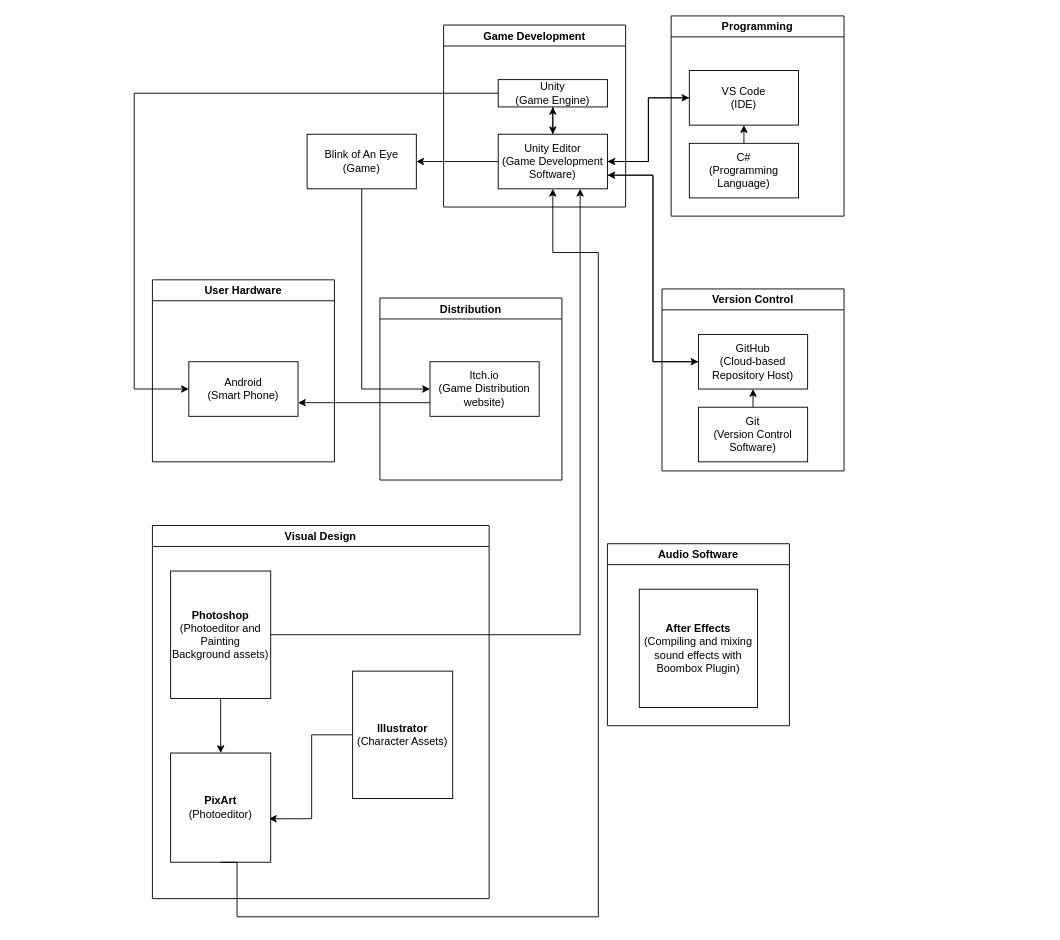
The draw.io diagram page "Sprint 1 Architecture Diagram" (1 of 5) of WakeUpRPG.drawio in cs-utulsa/Wake-Up-RPG, before the edit. Source tidied: cells renumbered, new cells numbered last; positions are measured from the earlier drawing's top-left corner, leaving out a move shared by most shapes. Both pictures are drawn from the tidied source at 91%, with x=0, y=0 at pixel (134, 15).
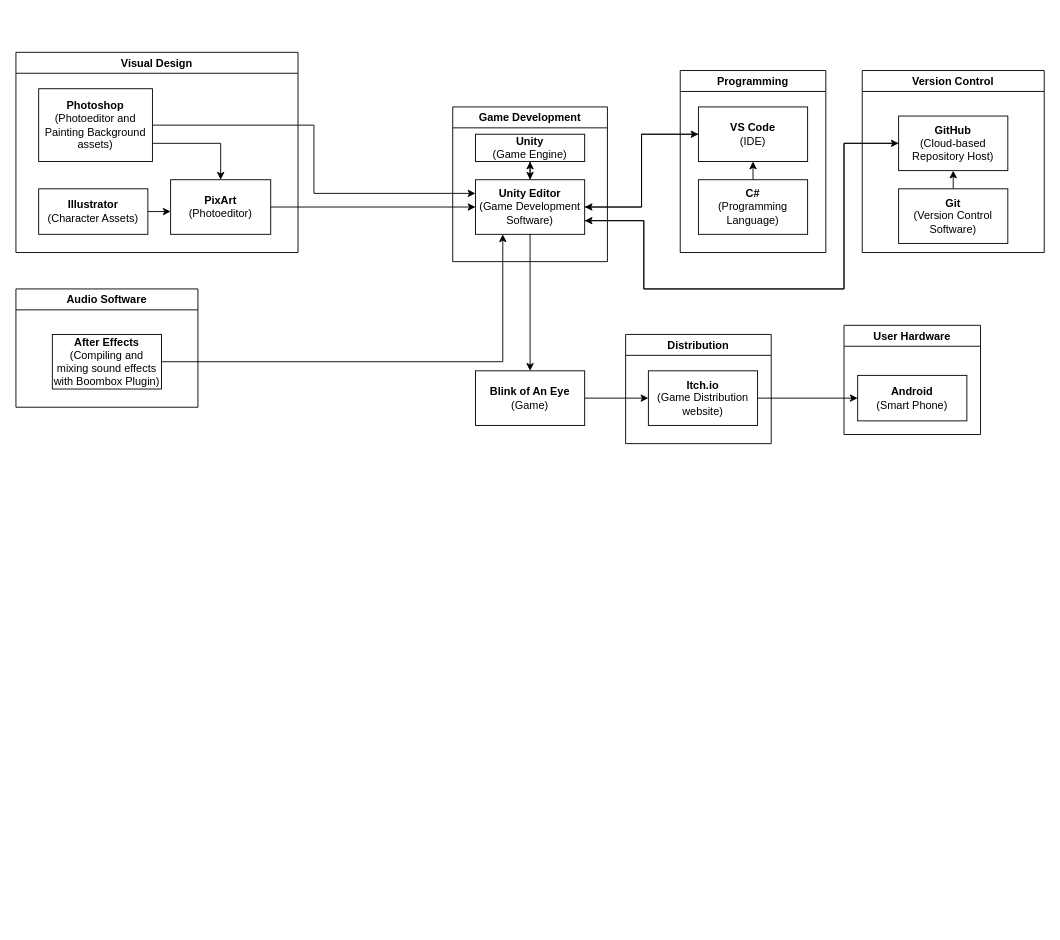
The same page after the edit.

The edit, as a diff of the source:
```diff
@@
     <mxCell id="2" value="Programming" style="swimlane;" parent="1" vertex="1">
-      <mxGeometry x="590" width="190" height="220" as="geometry" />
+      <mxGeometry x="600" y="60" width="160" height="200" as="geometry" />
     </mxCell>
-    <mxCell id="3" value="VS Code&lt;br&gt;(IDE)" style="rounded=0;whiteSpace=wrap;html=1;" parent="2" vertex="1">
-      <mxGeometry x="20" y="60" width="120" height="60" as="geometry" />
+    <mxCell id="3" value="&lt;b&gt;VS Code&lt;br&gt;&lt;/b&gt;(IDE)" style="rounded=0;whiteSpace=wrap;html=1;" parent="2" vertex="1">
+      <mxGeometry x="20" y="40" width="120" height="60" as="geometry" />
     </mxCell>
@@
-    <mxCell id="5" value="C#&lt;br&gt;(Programming Language)" style="rounded=0;whiteSpace=wrap;html=1;" parent="2" vertex="1">
-      <mxGeometry x="20" y="140" width="120" height="60" as="geometry" />
+    <mxCell id="5" value="&lt;b&gt;C#&lt;br&gt;&lt;/b&gt;(Programming Language)" style="rounded=0;whiteSpace=wrap;html=1;" parent="2" vertex="1">
+      <mxGeometry x="20" y="120" width="120" height="60" as="geometry" />
     </mxCell>
     <mxCell id="6" value="Game Development" style="swimlane;" parent="1" vertex="1">
-      <mxGeometry x="340" y="10" width="200" height="200" as="geometry" />
+      <mxGeometry x="350" y="100" width="170" height="170" as="geometry" />
     </mxCell>
     <mxCell id="7" style="edgeStyle=orthogonalEdgeStyle;rounded=0;jettySize=auto;html=1;exitX=0.5;exitY=1;exitDx=0;exitDy=0;entryX=0.5;entryY=0;entryDx=0;entryDy=0;" parent="6" edge="1" source="8" target="10">
       <mxGeometry relative="1" as="geometry">
         <Array as="points">
-          <mxPoint x="120" y="80" />
-          <mxPoint x="120" y="80" />
+          <mxPoint x="85" y="60" />
+          <mxPoint x="85" y="90" />
         </Array>
       </mxGeometry>
     </mxCell>
-    <mxCell id="8" value="Unity&lt;br&gt;(Game Engine)" style="rounded=0;whiteSpace=wrap;html=1;" parent="6" vertex="1">
-      <mxGeometry x="60" y="60" width="120" height="30" as="geometry" />
+    <mxCell id="8" value="&lt;b&gt;Unity&lt;/b&gt;&lt;br&gt;(Game Engine)" style="rounded=0;whiteSpace=wrap;html=1;" parent="6" vertex="1">
+      <mxGeometry x="25" y="30" width="120" height="30" as="geometry" />
     </mxCell>
@@
-    <mxCell id="10" value="Unity Editor&lt;br&gt;(Game Development Software)" style="rounded=0;whiteSpace=wrap;html=1;" parent="6" vertex="1">
-      <mxGeometry x="60" y="120" width="120" height="60" as="geometry" />
+    <mxCell id="10" value="&lt;b&gt;Unity Editor&lt;br&gt;&lt;/b&gt;(Game Development Software)" style="rounded=0;whiteSpace=wrap;html=1;" parent="6" vertex="1">
+      <mxGeometry x="25" y="80" width="120" height="60" as="geometry" />
     </mxCell>
@@
     <mxCell id="13" value="Version Control" style="swimlane;" parent="1" vertex="1">
-      <mxGeometry x="580" y="300" width="200" height="200" as="geometry" />
+      <mxGeometry x="800" y="60" width="200" height="200" as="geometry" />
     </mxCell>
-    <mxCell id="14" value="GitHub&lt;br&gt;(Cloud-based Repository Host)" style="rounded=0;whiteSpace=wrap;html=1;" parent="13" vertex="1">
+    <mxCell id="14" value="&lt;b&gt;GitHub&lt;br&gt;&lt;/b&gt;(Cloud-based Repository Host)" style="rounded=0;whiteSpace=wrap;html=1;" parent="13" vertex="1">
       <mxGeometry x="40" y="50" width="120" height="60" as="geometry" />
     </mxCell>
@@
-    <mxCell id="16" value="Git&lt;br&gt;(Version Control Software)" style="rounded=0;whiteSpace=wrap;html=1;" parent="13" vertex="1">
+    <mxCell id="16" value="&lt;b&gt;Git&lt;/b&gt;&lt;br&gt;(Version Control Software)" style="rounded=0;whiteSpace=wrap;html=1;" parent="13" vertex="1">
       <mxGeometry x="40" y="130" width="120" height="60" as="geometry" />
     </mxCell>
     <mxCell id="17" style="edgeStyle=orthogonalEdgeStyle;rounded=0;jettySize=auto;html=1;exitX=0;exitY=0.5;exitDx=0;exitDy=0;entryX=1;entryY=0.75;entryDx=0;entryDy=0;" parent="1" edge="1" source="14" target="10">
-      <mxGeometry relative="1" as="geometry" />
+      <mxGeometry relative="1" as="geometry">
+        <Array as="points">
+          <mxPoint x="780" y="140" />
+          <mxPoint x="780" y="300" />
+          <mxPoint x="560" y="300" />
+          <mxPoint x="560" y="225" />
+        </Array>
+      </mxGeometry>
     </mxCell>
     <mxCell id="18" style="edgeStyle=orthogonalEdgeStyle;rounded=0;jettySize=auto;html=1;exitX=1;exitY=0.75;exitDx=0;exitDy=0;entryX=0;entryY=0.5;entryDx=0;entryDy=0;" parent="1" edge="1" source="10" target="14">
-      <mxGeometry relative="1" as="geometry" />
+      <mxGeometry relative="1" as="geometry">
+        <Array as="points">
+          <mxPoint x="560" y="225" />
+          <mxPoint x="560" y="300" />
+          <mxPoint x="780" y="300" />
+          <mxPoint x="780" y="140" />
+        </Array>
+      </mxGeometry>
     </mxCell>
     <mxCell id="19" value="Distribution" style="swimlane;" parent="1" vertex="1">
-      <mxGeometry x="270" y="310" width="200" height="200" as="geometry" />
+      <mxGeometry x="540" y="350" width="160" height="120" as="geometry" />
     </mxCell>
-    <mxCell id="20" value="Itch.io&lt;br&gt;(Game Distribution website)" style="rounded=0;whiteSpace=wrap;html=1;" parent="19" vertex="1">
-      <mxGeometry x="55" y="70" width="120" height="60" as="geometry" />
+    <mxCell id="20" value="&lt;b&gt;Itch.io&lt;br&gt;&lt;/b&gt;(Game Distribution website)" style="rounded=0;whiteSpace=wrap;html=1;" parent="19" vertex="1">
+      <mxGeometry x="25" y="40" width="120" height="60" as="geometry" />
     </mxCell>
     <mxCell id="21" value="User Hardware" style="swimlane;" parent="1" vertex="1">
-      <mxGeometry x="20" y="290" width="200" height="200" as="geometry" />
+      <mxGeometry x="780" y="340" width="150" height="120" as="geometry" />
     </mxCell>
-    <mxCell id="22" value="Android&lt;br&gt;(Smart Phone)" style="rounded=0;whiteSpace=wrap;html=1;" parent="21" vertex="1">
-      <mxGeometry x="40" y="90" width="120" height="60" as="geometry" />
+    <mxCell id="22" value="&lt;b&gt;Android&lt;br&gt;&lt;/b&gt;(Smart Phone)" style="rounded=0;whiteSpace=wrap;html=1;" parent="21" vertex="1">
+      <mxGeometry x="15" y="55" width="120" height="50" as="geometry" />
     </mxCell>
-    <mxCell id="23" style="edgeStyle=orthogonalEdgeStyle;rounded=0;jettySize=auto;html=1;exitX=0.5;exitY=1;exitDx=0;exitDy=0;entryX=0;entryY=0.5;entryDx=0;entryDy=0;" parent="1" edge="1" source="24" target="20">
-      <mxGeometry relative="1" as="geometry">
-        <Array as="points">
-          <mxPoint x="250" y="410" />
-        </Array>
-      </mxGeometry>
+    <mxCell id="23" style="edgeStyle=orthogonalEdgeStyle;rounded=0;jettySize=auto;html=1;" parent="1" edge="1" source="24" target="20">
+      <mxGeometry relative="1" as="geometry" />
     </mxCell>
-    <mxCell id="24" value="Blink of An Eye&lt;br&gt;(Game)" style="rounded=0;whiteSpace=wrap;html=1;" parent="1" vertex="1">
-      <mxGeometry x="190" y="130" width="120" height="60" as="geometry" />
+    <mxCell id="24" value="&lt;b&gt;Blink of An Eye&lt;br&gt;&lt;/b&gt;(Game)" style="rounded=0;whiteSpace=wrap;html=1;" parent="1" vertex="1">
+      <mxGeometry x="375" y="390" width="120" height="60" as="geometry" />
     </mxCell>
-    <mxCell id="25" style="edgeStyle=orthogonalEdgeStyle;rounded=0;jettySize=auto;html=1;exitX=0;exitY=0.5;exitDx=0;exitDy=0;entryX=1;entryY=0.5;entryDx=0;entryDy=0;" parent="1" edge="1" source="10" target="24">
+    <mxCell id="25" style="edgeStyle=orthogonalEdgeStyle;rounded=0;jettySize=auto;html=1;exitX=0.5;exitY=1;exitDx=0;exitDy=0;entryX=0.5;entryY=0;entryDx=0;entryDy=0;" parent="1" edge="1" source="10" target="24">
       <mxGeometry relative="1" as="geometry" />
     </mxCell>
-    <mxCell id="26" style="edgeStyle=orthogonalEdgeStyle;rounded=0;jettySize=auto;html=1;exitX=0;exitY=0.5;exitDx=0;exitDy=0;entryX=0;entryY=0.5;entryDx=0;entryDy=0;" parent="1" edge="1" source="8" target="22">
-      <mxGeometry relative="1" as="geometry">
-        <Array as="points">
-          <mxPoint y="85" />
-          <mxPoint y="410" />
-        </Array>
-      </mxGeometry>
-    </mxCell>
-    <mxCell id="27" style="edgeStyle=orthogonalEdgeStyle;rounded=0;jettySize=auto;html=1;exitX=0;exitY=0.75;exitDx=0;exitDy=0;entryX=1;entryY=0.75;entryDx=0;entryDy=0;" parent="1" edge="1" source="20" target="22">
+    <mxCell id="27" style="edgeStyle=orthogonalEdgeStyle;rounded=0;jettySize=auto;html=1;exitX=1;exitY=0.5;exitDx=0;exitDy=0;entryX=0;entryY=0.5;entryDx=0;entryDy=0;" parent="1" edge="1" source="20" target="22">
       <mxGeometry relative="1" as="geometry" />
     </mxCell>
     <mxCell id="28" value="Visual Design" style="swimlane;" parent="1" vertex="1">
-      <mxGeometry x="20" y="560" width="370" height="410" as="geometry" />
+      <mxGeometry x="-130" y="40" width="310" height="220" as="geometry" />
     </mxCell>
     <mxCell id="29" value="&lt;b&gt;Photoshop&lt;/b&gt;&lt;br&gt;(Photoeditor and Painting Background assets)" style="rounded=0;whiteSpace=wrap;html=1;" parent="28" vertex="1">
-      <mxGeometry x="20" y="50" width="110" height="140" as="geometry" />
+      <mxGeometry x="25" y="40" width="125" height="80" as="geometry" />
     </mxCell>
+    <mxCell id="34" value="&lt;b&gt;Illustrator&lt;/b&gt;&lt;br&gt;(Character Assets)" style="rounded=0;whiteSpace=wrap;html=1;" parent="28" vertex="1">
+      <mxGeometry x="25" y="150" width="120" height="50" as="geometry" />
+    </mxCell>
+    <mxCell id="35" value="&lt;b&gt;PixArt&lt;/b&gt;&lt;br&gt;(Photoeditor)" style="rounded=0;whiteSpace=wrap;html=1;" parent="28" vertex="1">
+      <mxGeometry x="170" y="140" width="110" height="60" as="geometry" />
+    </mxCell>
+    <mxCell id="33" style="edgeStyle=orthogonalEdgeStyle;rounded=0;jettySize=auto;html=1;exitX=1;exitY=0.5;exitDx=0;exitDy=0;entryX=0;entryY=0.572;entryDx=0;entryDy=0;entryPerimeter=0;" parent="28" edge="1" source="34" target="35">
+      <mxGeometry relative="1" as="geometry" />
+    </mxCell>
+    <mxCell id="36" style="edgeStyle=orthogonalEdgeStyle;rounded=0;jettySize=auto;html=1;exitX=1;exitY=0.75;exitDx=0;exitDy=0;entryX=0.5;entryY=0;entryDx=0;entryDy=0;" parent="28" edge="1" source="29" target="35">
+      <mxGeometry relative="1" as="geometry" />
+    </mxCell>
-    <mxCell id="30" style="edgeStyle=orthogonalEdgeStyle;rounded=0;jettySize=auto;html=1;entryX=0.75;entryY=1;entryDx=0;entryDy=0;" parent="1" edge="1" source="29" target="10">
+    <mxCell id="30" style="edgeStyle=orthogonalEdgeStyle;rounded=0;jettySize=auto;html=1;entryX=0;entryY=0.25;entryDx=0;entryDy=0;" parent="1" edge="1" source="29" target="10">
       <mxGeometry relative="1" as="geometry" />
     </mxCell>
     <mxCell id="31" value="Audio Software" style="swimlane;" parent="1" vertex="1">
-      <mxGeometry x="520" y="580" width="200" height="200" as="geometry" />
+      <mxGeometry x="-130" y="300" width="200" height="130" as="geometry" />
     </mxCell>
-    <mxCell id="32" value="&lt;b&gt;After Effects&lt;/b&gt;&lt;br&gt;(Compiling and mixing sound effects with Boombox Plugin)" style="whiteSpace=wrap;html=1;" parent="31" vertex="1">
-      <mxGeometry x="35" y="50" width="130" height="130" as="geometry" />
+    <mxCell id="32" value="&lt;b&gt;After Effects&lt;/b&gt;&lt;br&gt;(Compiling and mixing sound effects with Boombox Plugin)" style="rounded=0;whiteSpace=wrap;html=1;" parent="31" vertex="1">
+      <mxGeometry x="40" y="50" width="120" height="60" as="geometry" />
     </mxCell>
-    <mxCell id="33" style="edgeStyle=orthogonalEdgeStyle;rounded=0;jettySize=auto;html=1;exitX=0;exitY=0.5;exitDx=0;exitDy=0;entryX=0.982;entryY=0.602;entryDx=0;entryDy=0;entryPerimeter=0;" parent="1" edge="1" source="34" target="35">
-      <mxGeometry relative="1" as="geometry" />
-    </mxCell>
-    <mxCell id="34" value="&lt;b&gt;Illustrator&lt;/b&gt;&lt;br&gt;(Character Assets)" style="rounded=0;whiteSpace=wrap;html=1;" parent="1" vertex="1">
-      <mxGeometry x="240" y="720" width="110" height="140" as="geometry" />
-    </mxCell>
-    <mxCell id="35" value="&lt;b&gt;PixArt&lt;/b&gt;&lt;br&gt;(Photoeditor)" style="rounded=0;whiteSpace=wrap;html=1;" parent="1" vertex="1">
-      <mxGeometry x="40" y="810" width="110" height="120" as="geometry" />
-    </mxCell>
-    <mxCell id="36" style="edgeStyle=orthogonalEdgeStyle;rounded=0;jettySize=auto;html=1;exitX=0.5;exitY=1;exitDx=0;exitDy=0;entryX=0.5;entryY=0;entryDx=0;entryDy=0;" parent="1" edge="1" source="29" target="35">
-      <mxGeometry relative="1" as="geometry" />
-    </mxCell>
-    <mxCell id="37" style="edgeStyle=orthogonalEdgeStyle;rounded=0;jettySize=auto;html=1;exitX=0.5;exitY=1;exitDx=0;exitDy=0;entryX=0.5;entryY=1;entryDx=0;entryDy=0;" parent="1" edge="1" source="35" target="10">
+    <mxCell id="37" style="edgeStyle=orthogonalEdgeStyle;rounded=0;jettySize=auto;html=1;exitX=1;exitY=0.5;exitDx=0;exitDy=0;entryX=0;entryY=0.5;entryDx=0;entryDy=0;" parent="1" edge="1" source="35" target="10">
       <mxGeometry relative="1" as="geometry">
         <Array as="points">
-          <mxPoint x="113" y="930" />
-          <mxPoint x="113" y="990" />
-          <mxPoint x="510" y="990" />
-          <mxPoint x="510" y="260" />
-          <mxPoint x="460" y="260" />
+          <mxPoint x="340" y="210" />
+          <mxPoint x="340" y="210" />
         </Array>
       </mxGeometry>
     </mxCell>
+    <mxCell id="38" style="edgeStyle=orthogonalEdgeStyle;rounded=0;jettySize=auto;html=1;exitX=1;exitY=0.5;exitDx=0;exitDy=0;entryX=0.25;entryY=1;entryDx=0;entryDy=0;" parent="1" edge="1" source="32" target="10">
+      <mxGeometry relative="1" as="geometry" />
+    </mxCell>
```
